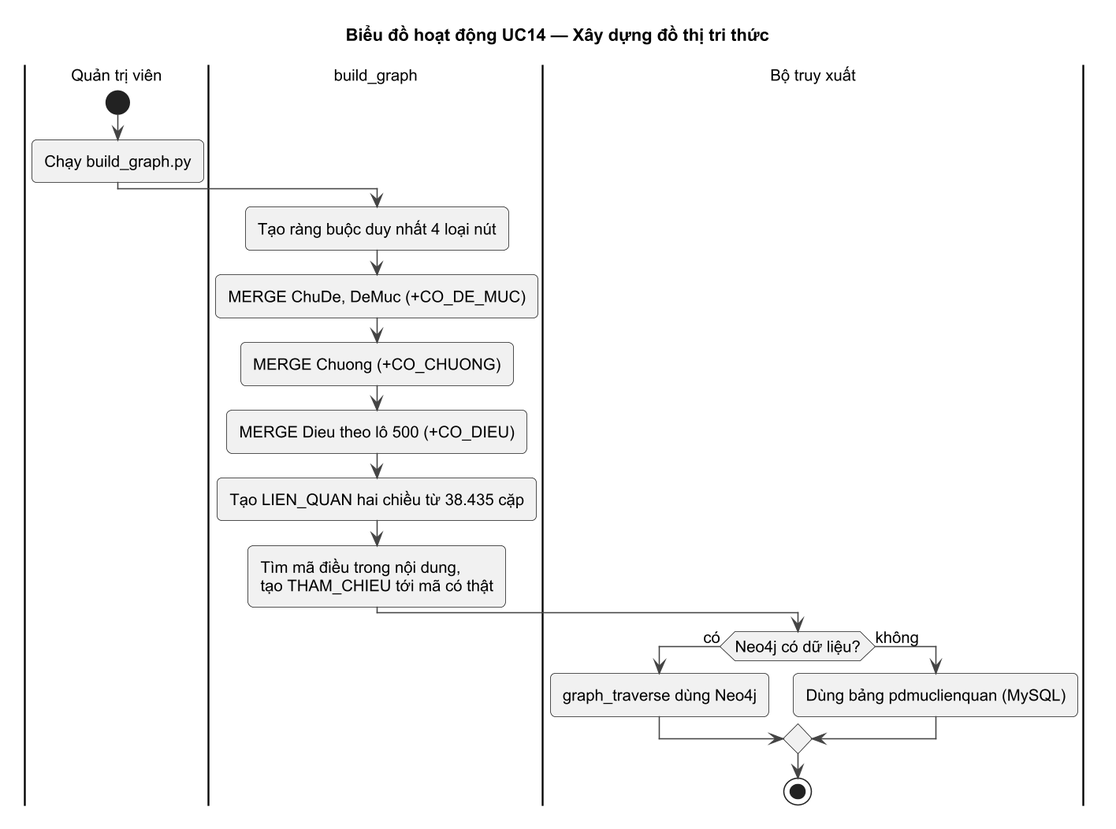
This is docs/uml/png/UC14_ACT.png from hainguyen312/project2-chatbot-rag, a PlantUML export, as it was before one commit. Source of this version:
```plantuml
@startuml UC14_ACT
!pragma layout smetana
!include ../_style.iuml
title Biểu đồ hoạt động UC14 — Xây dựng đồ thị tri thức
|Quản trị viên|
start
:Chạy build_graph.py;
|build_graph|
:Tạo ràng buộc duy nhất 4 loại nút;
:MERGE ChuDe, DeMuc (+CO_DE_MUC);
:MERGE Chuong (+CO_CHUONG);
:MERGE Dieu theo lô 500 (+CO_DIEU);
:Tạo LIEN_QUAN hai chiều từ 38.435 cặp;
:Tìm mã điều trong nội dung,\ntạo THAM_CHIEU tới mã có thật;
|Bộ truy xuất|
if (Neo4j có dữ liệu?) then (có)
  :graph_traverse dùng Neo4j;
else (không)
  :Dùng bảng pdmuclienquan (MySQL);
endif
stop
@enduml
```
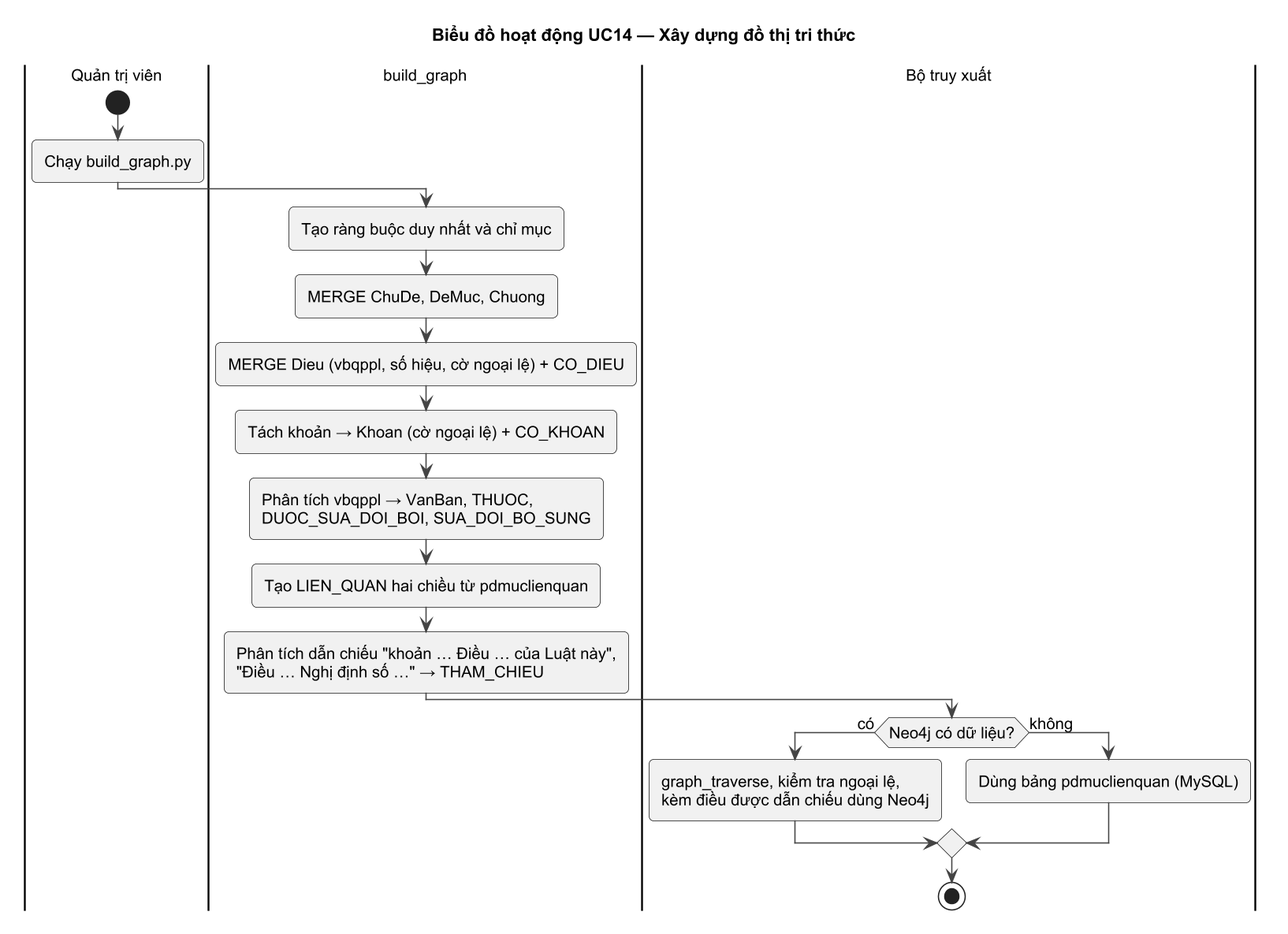
Above is the later version.

The edit, as a diff of the source:
```diff
@@ -6,15 +6,16 @@
 start
 :Chạy build_graph.py;
 |build_graph|
-:Tạo ràng buộc duy nhất 4 loại nút;
-:MERGE ChuDe, DeMuc (+CO_DE_MUC);
-:MERGE Chuong (+CO_CHUONG);
-:MERGE Dieu theo lô 500 (+CO_DIEU);
-:Tạo LIEN_QUAN hai chiều từ 38.435 cặp;
-:Tìm mã điều trong nội dung,\ntạo THAM_CHIEU tới mã có thật;
+:Tạo ràng buộc duy nhất và chỉ mục;
+:MERGE ChuDe, DeMuc, Chuong;
+:MERGE Dieu (vbqppl, số hiệu, cờ ngoại lệ) + CO_DIEU;
+:Tách khoản → Khoan (cờ ngoại lệ) + CO_KHOAN;
+:Phân tích vbqppl → VanBan, THUOC,\nDUOC_SUA_DOI_BOI, SUA_DOI_BO_SUNG;
+:Tạo LIEN_QUAN hai chiều từ pdmuclienquan;
+:Phân tích dẫn chiếu "khoản … Điều … của Luật này",\n"Điều … Nghị định số …" → THAM_CHIEU;
 |Bộ truy xuất|
 if (Neo4j có dữ liệu?) then (có)
-  :graph_traverse dùng Neo4j;
+  :graph_traverse, kiểm tra ngoại lệ,\nkèm điều được dẫn chiếu dùng Neo4j;
 else (không)
   :Dùng bảng pdmuclienquan (MySQL);
 endif
```
